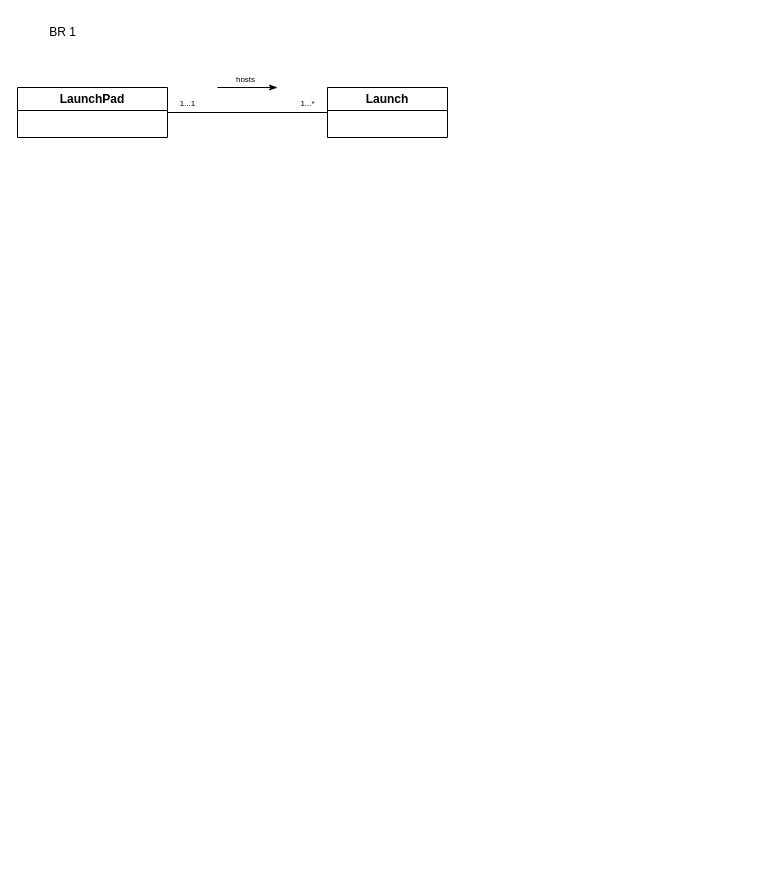
Earlier version of the draw.io diagram ice not an ice.drawio (st10092246/draw.io-diagrams). Source tidied: cells renumbered, new cells numbered last; positions are measured from the earlier drawing's top-left corner, leaving out a move shared by most shapes. Both pictures are drawn from the tidied source at 100%, with x=0, y=0 at pixel (17, 17).
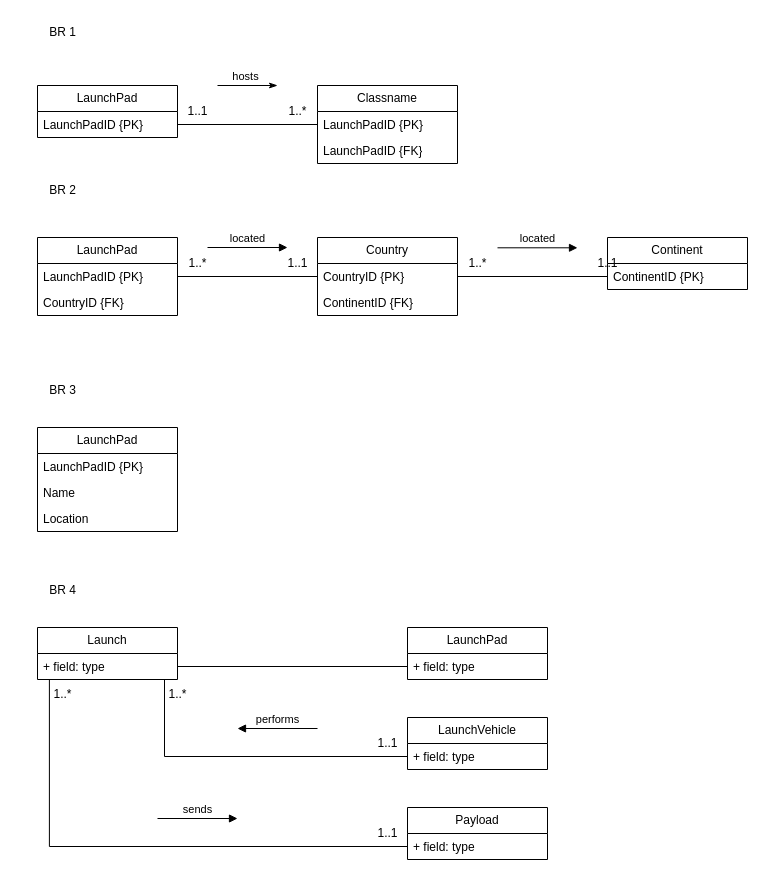
After the change.

Diff of the diagram source:
```diff
@@
-    <mxCell id="3" value="LaunchPad" style="swimlane;whiteSpace=wrap;html=1;" parent="1" vertex="1">
-      <mxGeometry y="70" width="150" height="50" as="geometry" />
-    </mxCell>
-    <mxCell id="4" value="Launch" style="swimlane;whiteSpace=wrap;html=1;" parent="1" vertex="1">
-      <mxGeometry x="310" y="70" width="120" height="50" as="geometry" />
-    </mxCell>
-    <mxCell id="5" style="html=1;rounded=0;endArrow=none;endFill=0;entryX=0;entryY=0.5;entryDx=0;entryDy=0;exitX=1;exitY=0.5;exitDx=0;exitDy=0;" parent="1" edge="1" source="3" target="4">
-      <mxGeometry relative="1" as="geometry" />
-    </mxCell>
     <mxCell id="6" style="html=1;rounded=0;endArrow=classicThin;endFill=1;strokeWidth=1;" parent="1" edge="1">
       <mxGeometry relative="1" as="geometry">
-        <mxPoint x="200" y="70" as="sourcePoint" />
-        <mxPoint x="260" y="70" as="targetPoint" />
+        <mxPoint x="200" y="68" as="sourcePoint" />
+        <mxPoint x="260" y="68" as="targetPoint" />
       </mxGeometry>
     </mxCell>
-    <mxCell id="7" value="&lt;font style=&quot;font-size: 8px;&quot;&gt;hosts&lt;/font&gt;" style="edgeLabel;html=1;align=center;verticalAlign=middle;" parent="6" vertex="1">
+    <mxCell id="7" value="&lt;font style=&quot;font-size: 11px;&quot;&gt;hosts&lt;/font&gt;" style="edgeLabel;html=1;align=center;verticalAlign=middle;" parent="6" vertex="1">
       <mxGeometry x="-0.1" y="1" relative="1" as="geometry">
         <mxPoint y="-9" as="offset" />
       </mxGeometry>
     </mxCell>
-    <mxCell id="8" value="&lt;font style=&quot;font-size: 8px;&quot;&gt;1...*&lt;/font&gt;" style="text;html=1;align=center;verticalAlign=middle;strokeColor=none;fillColor=none;" parent="1" vertex="1">
-      <mxGeometry x="270" y="70" width="40" height="30" as="geometry" />
-    </mxCell>
-    <mxCell id="9" value="&lt;font style=&quot;font-size: 8px;&quot;&gt;1...1&lt;/font&gt;" style="text;html=1;align=center;verticalAlign=middle;strokeColor=none;fillColor=none;" parent="1" vertex="1">
-      <mxGeometry x="150" y="70" width="40" height="30" as="geometry" />
-    </mxCell>
+    <mxCell id="10" value="LaunchPad" style="swimlane;fontStyle=0;horizontal=1;startSize=26;fillColor=none;whiteSpace=wrap;html=1;" parent="1" vertex="1">
+      <mxGeometry x="20" y="68" width="140" height="52" as="geometry" />
+    </mxCell>
+    <mxCell id="11" value="&lt;span style=&quot;text-align: center; text-wrap: nowrap;&quot;&gt;LaunchPadID {PK}&lt;/span&gt;" style="text;strokeColor=none;fillColor=none;align=left;verticalAlign=top;spacingLeft=4;spacingRight=4;overflow=hidden;points=[[0,0.5],[1,0.5]];portConstraint=eastwest;whiteSpace=wrap;html=1;" parent="10" vertex="1">
+      <mxGeometry y="26" width="140" height="26" as="geometry" />
+    </mxCell>
+    <mxCell id="12" value="Classname" style="swimlane;fontStyle=0;horizontal=1;startSize=26;fillColor=none;whiteSpace=wrap;html=1;" parent="1" vertex="1">
+      <mxGeometry x="300" y="68" width="140" height="78" as="geometry" />
+    </mxCell>
+    <mxCell id="13" value="&lt;span style=&quot;text-align: center; text-wrap: nowrap;&quot;&gt;LaunchPadID {PK}&lt;/span&gt;" style="text;strokeColor=none;fillColor=none;align=left;verticalAlign=top;spacingLeft=4;spacingRight=4;overflow=hidden;points=[[0,0.5],[1,0.5]];portConstraint=eastwest;whiteSpace=wrap;html=1;" parent="12" vertex="1">
+      <mxGeometry y="26" width="140" height="26" as="geometry" />
+    </mxCell>
+    <mxCell id="14" value="&lt;span style=&quot;text-align: center; text-wrap: nowrap;&quot;&gt;LaunchPadID {FK}&lt;/span&gt;" style="text;strokeColor=none;fillColor=none;align=left;verticalAlign=top;spacingLeft=4;spacingRight=4;overflow=hidden;whiteSpace=wrap;html=1;" parent="12" vertex="1">
+      <mxGeometry y="52" width="140" height="26" as="geometry" />
+    </mxCell>
+    <mxCell id="15" value="LaunchPad" style="swimlane;fontStyle=0;horizontal=1;startSize=26;fillColor=none;whiteSpace=wrap;html=1;" parent="1" vertex="1">
+      <mxGeometry x="20" y="220" width="140" height="78" as="geometry" />
+    </mxCell>
+    <mxCell id="16" value="LaunchPadID {PK}" style="text;strokeColor=none;fillColor=none;align=left;verticalAlign=top;spacingLeft=4;spacingRight=4;overflow=hidden;points=[[0,0.5],[1,0.5]];portConstraint=eastwest;whiteSpace=wrap;html=1;" parent="15" vertex="1">
+      <mxGeometry y="26" width="140" height="26" as="geometry" />
+    </mxCell>
+    <mxCell id="17" value="CountryID {FK}" style="text;strokeColor=none;fillColor=none;align=left;verticalAlign=top;spacingLeft=4;spacingRight=4;overflow=hidden;whiteSpace=wrap;html=1;" parent="15" vertex="1">
+      <mxGeometry y="52" width="140" height="26" as="geometry" />
+    </mxCell>
+    <mxCell id="18" value="BR 2" style="text;html=1;align=center;verticalAlign=middle;strokeColor=none;fillColor=none;" parent="1" vertex="1">
+      <mxGeometry x="20" y="158" width="50" height="30" as="geometry" />
+    </mxCell>
+    <mxCell id="19" value="Country" style="swimlane;fontStyle=0;horizontal=1;startSize=26;fillColor=none;whiteSpace=wrap;html=1;" parent="1" vertex="1">
+      <mxGeometry x="300" y="220" width="140" height="78" as="geometry" />
+    </mxCell>
+    <mxCell id="20" value="CountryID {PK}" style="text;strokeColor=none;fillColor=none;align=left;verticalAlign=top;spacingLeft=4;spacingRight=4;overflow=hidden;points=[[0,0.5],[1,0.5]];portConstraint=eastwest;whiteSpace=wrap;html=1;" parent="19" vertex="1">
+      <mxGeometry y="26" width="140" height="26" as="geometry" />
+    </mxCell>
+    <mxCell id="21" value="ContinentID {FK}" style="text;strokeColor=none;fillColor=none;align=left;verticalAlign=top;spacingLeft=4;spacingRight=4;overflow=hidden;whiteSpace=wrap;html=1;" parent="19" vertex="1">
+      <mxGeometry y="52" width="140" height="26" as="geometry" />
+    </mxCell>
+    <mxCell id="22" value="Continent" style="swimlane;fontStyle=0;horizontal=1;startSize=26;fillColor=none;whiteSpace=wrap;html=1;" parent="1" vertex="1">
+      <mxGeometry x="590" y="220" width="140" height="52" as="geometry" />
+    </mxCell>
+    <mxCell id="23" value="ContinentID {PK}" style="text;strokeColor=none;fillColor=none;align=left;verticalAlign=top;spacingLeft=4;spacingRight=4;overflow=hidden;points=[[0,0.5],[1,0.5]];portConstraint=eastwest;whiteSpace=wrap;html=1;" parent="22" vertex="1">
+      <mxGeometry y="26" width="140" height="26" as="geometry" />
+    </mxCell>
+    <mxCell id="24" value="located" style="html=1;verticalAlign=bottom;endArrow=block;curved=0;rounded=0;" parent="1" edge="1">
+      <mxGeometry relative="1" as="geometry">
+        <mxPoint x="190" y="230" as="sourcePoint" />
+        <mxPoint x="270" y="230" as="targetPoint" />
+      </mxGeometry>
+    </mxCell>
+    <mxCell id="25" value="located" style="html=1;verticalAlign=bottom;endArrow=block;curved=0;rounded=0;" parent="1" edge="1">
+      <mxGeometry relative="1" as="geometry">
+        <mxPoint x="480" y="230.3" as="sourcePoint" />
+        <mxPoint x="560" y="230.3" as="targetPoint" />
+      </mxGeometry>
+    </mxCell>
+    <mxCell id="26" style="edgeStyle=orthogonalEdgeStyle;rounded=0;jettySize=auto;html=1;entryX=0;entryY=0.5;entryDx=0;entryDy=0;endArrow=none;endFill=0;" parent="1" edge="1" source="11" target="13">
+      <mxGeometry relative="1" as="geometry" />
+    </mxCell>
+    <mxCell id="27" value="1..1" style="text;html=1;align=center;verticalAlign=middle;strokeColor=none;fillColor=none;" parent="1" vertex="1">
+      <mxGeometry x="160" y="79" width="40" height="30" as="geometry" />
+    </mxCell>
+    <mxCell id="28" value="1..*" style="text;html=1;align=center;verticalAlign=middle;strokeColor=none;fillColor=none;" parent="1" vertex="1">
+      <mxGeometry x="260" y="79" width="40" height="30" as="geometry" />
+    </mxCell>
+    <mxCell id="29" style="edgeStyle=orthogonalEdgeStyle;rounded=0;jettySize=auto;html=1;entryX=0;entryY=0.5;entryDx=0;entryDy=0;endArrow=none;endFill=0;" parent="1" edge="1" source="16" target="20">
+      <mxGeometry relative="1" as="geometry" />
+    </mxCell>
+    <mxCell id="30" style="edgeStyle=orthogonalEdgeStyle;rounded=0;jettySize=auto;html=1;endArrow=none;endFill=0;" parent="1" edge="1" source="20" target="23">
+      <mxGeometry relative="1" as="geometry" />
+    </mxCell>
+    <mxCell id="31" value="BR 3" style="text;html=1;align=center;verticalAlign=middle;strokeColor=none;fillColor=none;" parent="1" vertex="1">
+      <mxGeometry x="20" y="358" width="50" height="30" as="geometry" />
+    </mxCell>
+    <mxCell id="32" value="LaunchPad" style="swimlane;fontStyle=0;horizontal=1;startSize=26;fillColor=none;whiteSpace=wrap;html=1;" parent="1" vertex="1">
+      <mxGeometry x="20" y="410" width="140" height="104" as="geometry" />
+    </mxCell>
+    <mxCell id="33" value="LaunchPadID {PK}" style="text;strokeColor=none;fillColor=none;align=left;verticalAlign=top;spacingLeft=4;spacingRight=4;overflow=hidden;whiteSpace=wrap;html=1;" parent="32" vertex="1">
+      <mxGeometry y="26" width="140" height="26" as="geometry" />
+    </mxCell>
+    <mxCell id="34" value="Name" style="text;strokeColor=none;fillColor=none;align=left;verticalAlign=top;spacingLeft=4;spacingRight=4;overflow=hidden;whiteSpace=wrap;html=1;" parent="32" vertex="1">
+      <mxGeometry y="52" width="140" height="26" as="geometry" />
+    </mxCell>
+    <mxCell id="35" value="Location" style="text;strokeColor=none;fillColor=none;align=left;verticalAlign=top;spacingLeft=4;spacingRight=4;overflow=hidden;whiteSpace=wrap;html=1;" parent="32" vertex="1">
+      <mxGeometry y="78" width="140" height="26" as="geometry" />
+    </mxCell>
+    <mxCell id="36" value="1..*" style="text;html=1;align=center;verticalAlign=middle;strokeColor=none;fillColor=none;" parent="1" vertex="1">
+      <mxGeometry x="160" y="231" width="40" height="30" as="geometry" />
+    </mxCell>
+    <mxCell id="37" value="1..1" style="text;html=1;align=center;verticalAlign=middle;strokeColor=none;fillColor=none;" parent="1" vertex="1">
+      <mxGeometry x="260" y="231" width="40" height="30" as="geometry" />
+    </mxCell>
+    <mxCell id="38" value="1..*" style="text;html=1;align=center;verticalAlign=middle;strokeColor=none;fillColor=none;" parent="1" vertex="1">
+      <mxGeometry x="440" y="231" width="40" height="30" as="geometry" />
+    </mxCell>
+    <mxCell id="39" value="1..1" style="text;html=1;align=center;verticalAlign=middle;strokeColor=none;fillColor=none;" parent="1" vertex="1">
+      <mxGeometry x="570" y="231" width="40" height="30" as="geometry" />
+    </mxCell>
+    <mxCell id="40" value="BR 4" style="text;html=1;align=center;verticalAlign=middle;strokeColor=none;fillColor=none;" parent="1" vertex="1">
+      <mxGeometry x="20" y="558" width="50" height="30" as="geometry" />
+    </mxCell>
+    <mxCell id="4" value="Launch" style="swimlane;fontStyle=0;horizontal=1;startSize=26;fillColor=none;whiteSpace=wrap;html=1;" parent="1" vertex="1">
+      <mxGeometry x="20" y="610" width="140" height="52" as="geometry" />
+    </mxCell>
+    <mxCell id="41" value="+ field: type" style="text;strokeColor=none;fillColor=none;align=left;verticalAlign=top;spacingLeft=4;spacingRight=4;overflow=hidden;points=[[0,0.5],[1,0.5]];portConstraint=eastwest;whiteSpace=wrap;html=1;" parent="4" vertex="1">
+      <mxGeometry y="26" width="140" height="26" as="geometry" />
+    </mxCell>
+    <mxCell id="42" value="LaunchVehicle" style="swimlane;fontStyle=0;horizontal=1;startSize=26;fillColor=none;whiteSpace=wrap;html=1;" parent="1" vertex="1">
+      <mxGeometry x="390" y="700" width="140" height="52" as="geometry" />
+    </mxCell>
+    <mxCell id="43" value="+ field: type" style="text;strokeColor=none;fillColor=none;align=left;verticalAlign=top;spacingLeft=4;spacingRight=4;overflow=hidden;points=[[0,0.5],[1,0.5]];portConstraint=eastwest;whiteSpace=wrap;html=1;" parent="42" vertex="1">
+      <mxGeometry y="26" width="140" height="26" as="geometry" />
+    </mxCell>
+    <mxCell id="44" value="Payload" style="swimlane;fontStyle=0;horizontal=1;startSize=26;fillColor=none;whiteSpace=wrap;html=1;" parent="1" vertex="1">
+      <mxGeometry x="390" y="790" width="140" height="52" as="geometry" />
+    </mxCell>
+    <mxCell id="45" value="+ field: type" style="text;strokeColor=none;fillColor=none;align=left;verticalAlign=top;spacingLeft=4;spacingRight=4;overflow=hidden;points=[[0,0.5],[1,0.5]];portConstraint=eastwest;whiteSpace=wrap;html=1;" parent="44" vertex="1">
+      <mxGeometry y="26" width="140" height="26" as="geometry" />
+    </mxCell>
+    <mxCell id="46" value="LaunchPad" style="swimlane;fontStyle=0;horizontal=1;startSize=26;fillColor=none;whiteSpace=wrap;html=1;" parent="1" vertex="1">
+      <mxGeometry x="390" y="610" width="140" height="52" as="geometry" />
+    </mxCell>
+    <mxCell id="47" value="+ field: type" style="text;strokeColor=none;fillColor=none;align=left;verticalAlign=top;spacingLeft=4;spacingRight=4;overflow=hidden;points=[[0,0.5],[1,0.5]];portConstraint=eastwest;whiteSpace=wrap;html=1;" parent="46" vertex="1">
+      <mxGeometry y="26" width="140" height="26" as="geometry" />
+    </mxCell>
+    <mxCell id="48" style="edgeStyle=orthogonalEdgeStyle;rounded=0;jettySize=auto;html=1;entryX=0;entryY=0.5;entryDx=0;entryDy=0;endArrow=none;endFill=0;" parent="1" edge="1" source="41" target="47">
+      <mxGeometry relative="1" as="geometry" />
+    </mxCell>
+    <mxCell id="49" value="performs" style="html=1;verticalAlign=bottom;endArrow=block;curved=0;rounded=0;" parent="1" edge="1">
+      <mxGeometry relative="1" as="geometry">
+        <mxPoint x="300" y="711" as="sourcePoint" />
+        <mxPoint x="220" y="711" as="targetPoint" />
+      </mxGeometry>
+    </mxCell>
+    <mxCell id="50" style="edgeStyle=orthogonalEdgeStyle;rounded=0;jettySize=auto;html=1;endArrow=none;endFill=0;exitX=0;exitY=0.5;exitDx=0;exitDy=0;" parent="1" edge="1" source="43" target="41">
+      <mxGeometry relative="1" as="geometry">
+        <Array as="points">
+          <mxPoint x="147" y="739" />
+        </Array>
+      </mxGeometry>
+    </mxCell>
+    <mxCell id="51" style="edgeStyle=orthogonalEdgeStyle;rounded=0;jettySize=auto;html=1;entryX=0.085;entryY=0.999;entryDx=0;entryDy=0;entryPerimeter=0;endArrow=none;endFill=0;" parent="1" edge="1" source="45" target="41">
+      <mxGeometry relative="1" as="geometry" />
+    </mxCell>
+    <mxCell id="52" value="1..1" style="text;html=1;align=center;verticalAlign=middle;strokeColor=none;fillColor=none;" parent="1" vertex="1">
+      <mxGeometry x="350" y="711" width="40" height="30" as="geometry" />
+    </mxCell>
+    <mxCell id="53" value="1..*" style="text;html=1;align=center;verticalAlign=middle;strokeColor=none;fillColor=none;" parent="1" vertex="1">
+      <mxGeometry x="140" y="662" width="40" height="30" as="geometry" />
+    </mxCell>
+    <mxCell id="54" value="sends" style="html=1;verticalAlign=bottom;endArrow=block;curved=0;rounded=0;" parent="1" edge="1">
+      <mxGeometry relative="1" as="geometry">
+        <mxPoint x="140" y="801" as="sourcePoint" />
+        <mxPoint x="220" y="801" as="targetPoint" />
+      </mxGeometry>
+    </mxCell>
+    <mxCell id="55" value="1..1" style="text;html=1;align=center;verticalAlign=middle;strokeColor=none;fillColor=none;" parent="1" vertex="1">
+      <mxGeometry x="350" y="801" width="40" height="30" as="geometry" />
+    </mxCell>
+    <mxCell id="56" value="1..*" style="text;html=1;align=center;verticalAlign=middle;strokeColor=none;fillColor=none;" parent="1" vertex="1">
+      <mxGeometry x="25" y="662" width="40" height="30" as="geometry" />
+    </mxCell>
```
